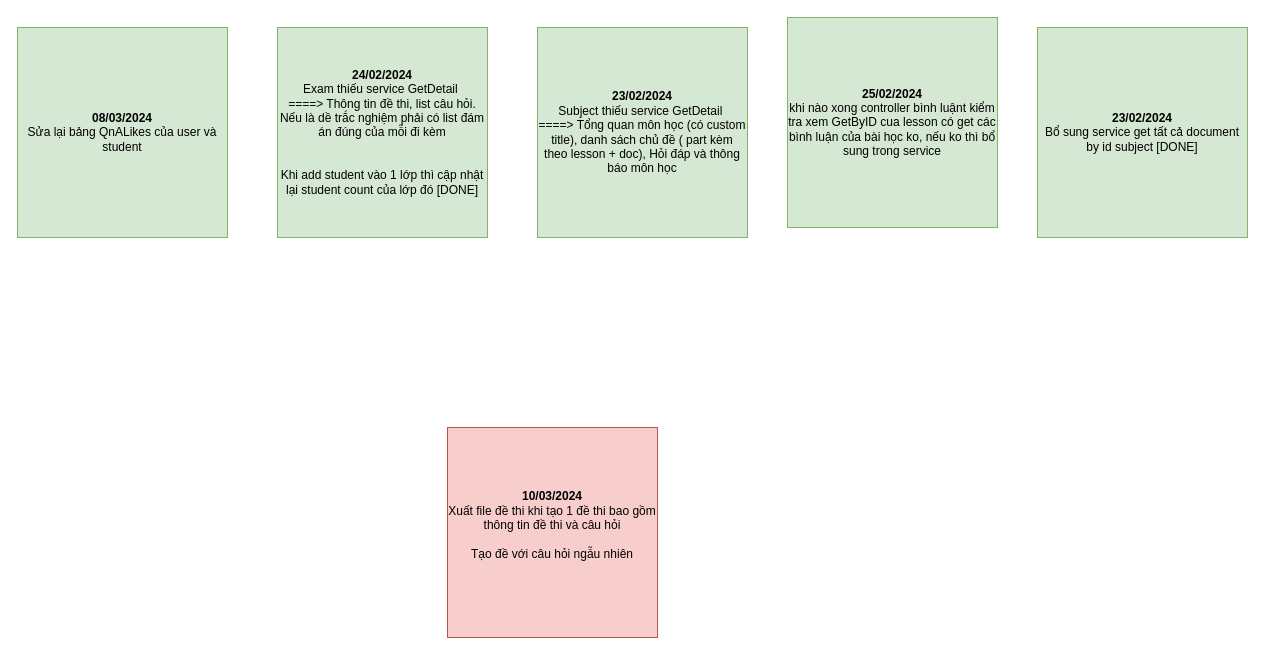
LamSamChan/LMS_ELibrary_BE_Intern_Alta keeps this draw.io diagram as page "Note" (3 of 3) of Internship_BACKEND_2024_02_02.01.2024_LamSamChan_LMS - Elibrary_Diagram.drawio. Above is the earlier version. Source tidied: cells renumbered, new cells numbered last; positions are measured from the earlier drawing's top-left corner, leaving out a move shared by most shapes. Both pictures are drawn from the tidied source at 100%, with x=0, y=0 at pixel (17, 17).
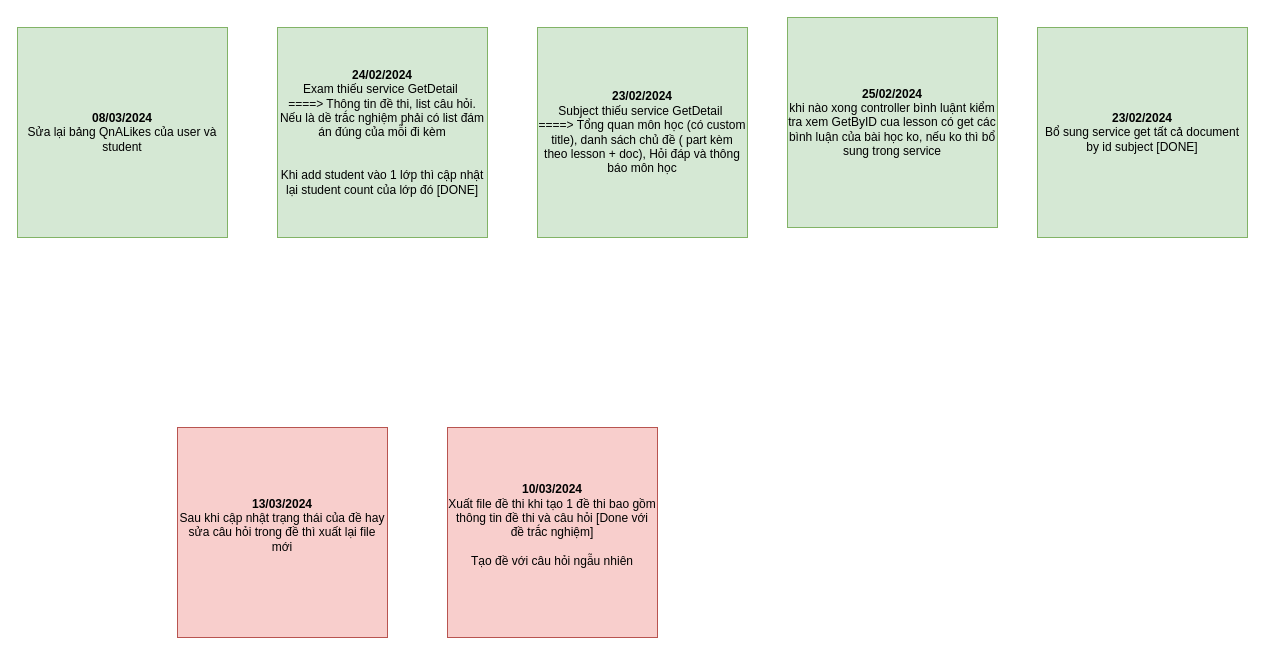
The same page after the edit.

What changed in the source:
```diff
@@
 <mxGraphModel>
   <root>
     <mxCell id="0" />
     <mxCell id="1" parent="0" />
     <mxCell id="2" value="&lt;b&gt;23/02/2024&lt;br&gt;&lt;/b&gt;Bổ sung service get tất cả document by id subject [DONE]" style="whiteSpace=wrap;html=1;fillColor=#d5e8d4;strokeColor=#82b366;" parent="1" vertex="1">
       <mxGeometry x="1020" y="10" width="210" height="210" as="geometry" />
     </mxCell>
     <mxCell id="3" value="&lt;b&gt;23/02/2024&lt;br&gt;&lt;/b&gt;Subject thiếu service GetDetail&amp;nbsp;&lt;br&gt;====&amp;gt; Tổng quan môn học (có custom title), danh sách chủ đề ( part kèm theo lesson + doc), Hỏi đáp và thông báo môn học" style="whiteSpace=wrap;html=1;fillColor=#d5e8d4;strokeColor=#82b366;" parent="1" vertex="1">
       <mxGeometry x="520" y="10" width="210" height="210" as="geometry" />
     </mxCell>
     <mxCell id="4" value="&lt;b&gt;24/02/2024&lt;br&gt;&lt;/b&gt;Exam thiếu service GetDetail&amp;nbsp;&lt;br&gt;====&amp;gt; Thông tin đề thi, list câu hỏi. Nếu là dề trắc nghiệm phải có list đám án đúng của mỗi đi kèm&lt;br&gt;&lt;br&gt;&lt;br&gt;Khi add student vào 1 lớp thì cập nhật lại student count của lớp đó [DONE]" style="whiteSpace=wrap;html=1;fillColor=#d5e8d4;strokeColor=#82b366;" parent="1" vertex="1">
       <mxGeometry x="260" y="10" width="210" height="210" as="geometry" />
     </mxCell>
     <mxCell id="5" value="&lt;b&gt;25/02/2024&lt;br&gt;&lt;/b&gt;khi nào xong controller bình luậnt kiểm tra xem GetByID cua lesson có get các bình luận của bài học ko, nếu ko thì bổ sung trong service" style="whiteSpace=wrap;html=1;fillColor=#d5e8d4;strokeColor=#82b366;" parent="1" vertex="1">
       <mxGeometry x="770" width="210" height="210" as="geometry" />
     </mxCell>
     <mxCell id="6" value="&lt;b&gt;08/03/2024&lt;br&gt;&lt;/b&gt;Sửa lại bảng&amp;nbsp;QnALikes của user và student" style="whiteSpace=wrap;html=1;fillColor=#d5e8d4;strokeColor=#82b366;" parent="1" vertex="1">
       <mxGeometry y="10" width="210" height="210" as="geometry" />
     </mxCell>
-    <mxCell id="7" value="&lt;b&gt;10/03/2024&lt;br&gt;&lt;/b&gt;Xuất file đề thi khi tạo 1 đề thi bao gồm thông tin đề thi và câu hỏi&lt;br&gt;&lt;br&gt;Tạo đề với câu hỏi ngẫu nhiên&lt;br&gt;&lt;br&gt;" style="whiteSpace=wrap;html=1;fillColor=#f8cecc;strokeColor=#b85450;" parent="1" vertex="1">
+    <mxCell id="7" value="&lt;b&gt;10/03/2024&lt;br&gt;&lt;/b&gt;Xuất file đề thi khi tạo 1 đề thi bao gồm thông tin đề thi và câu hỏi [Done với đề trắc nghiệm]&lt;br&gt;&lt;br&gt;Tạo đề với câu hỏi ngẫu nhiên&lt;div&gt;&lt;br/&gt;&lt;/div&gt;" style="whiteSpace=wrap;html=1;fillColor=#f8cecc;strokeColor=#b85450;" parent="1" vertex="1">
       <mxGeometry x="430" y="410" width="210" height="210" as="geometry" />
     </mxCell>
+    <mxCell id="8" value="&lt;b&gt;13/03/2024&lt;br&gt;&lt;/b&gt;Sau khi cập nhật trạng thái của đề hay sửa câu hỏi trong đề thì xuất lại file mới&lt;div&gt;&lt;br/&gt;&lt;/div&gt;" style="whiteSpace=wrap;html=1;fillColor=#f8cecc;strokeColor=#b85450;" parent="1" vertex="1">
+      <mxGeometry x="160" y="410" width="210" height="210" as="geometry" />
+    </mxCell>
   </root>
 </mxGraphModel>
```
